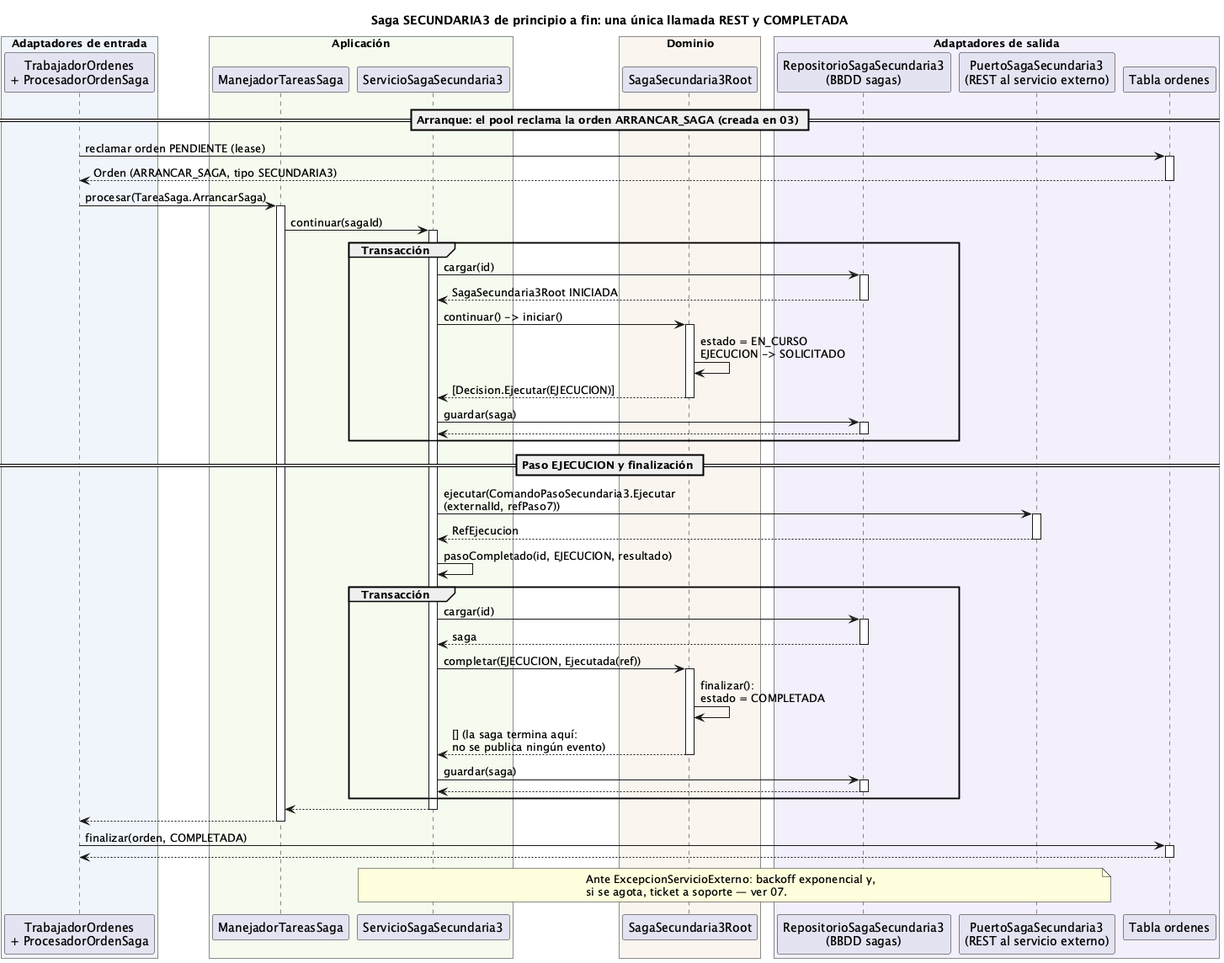
This is order-manager/docs/06-saga-secundaria3.png from ralcazar/patrones, a PlantUML export, as it was before one commit. Source of this version:
```plantuml
@startuml 06-saga-secundaria3
title Saga SECUNDARIA3 de principio a fin: una única llamada REST y COMPLETADA

box "Adaptadores de entrada" #EFF5FB
  participant "TrabajadorOrdenes\n+ ProcesadorOrdenSaga" as TRAB
end box
box "Aplicación" #F5FBEF
  participant "ManejadorTareasSaga" as MANEJ
  participant "ServicioSagaSecundaria3" as SSEC
end box
box "Dominio" #FBF5EF
  participant "SagaSecundaria3Root" as SAGA
end box
box "Adaptadores de salida" #F3EFFB
  participant "RepositorioSagaSecundaria3\n(BBDD sagas)" as REPOS
  participant "PuertoSagaSecundaria3\n(REST al servicio externo)" as PSIM
  participant "Tabla ordenes" as ORD
end box

== Arranque: el pool reclama la orden ARRANCAR_SAGA (creada en 03) ==
TRAB -> ORD ++ : reclamar orden PENDIENTE (lease)
return Orden (ARRANCAR_SAGA, tipo SECUNDARIA3)
TRAB -> MANEJ ++ : procesar(TareaSaga.ArrancarSaga)
MANEJ -> SSEC ++ : continuar(sagaId)
group Transacción
  SSEC -> REPOS ++ : cargar(id)
  return SagaSecundaria3Root INICIADA
  SSEC -> SAGA ++ : continuar() -> iniciar()
  SAGA -> SAGA : estado = EN_CURSO\nEJECUCION -> SOLICITADO
  return [Decision.Ejecutar(EJECUCION)]
  SSEC -> REPOS ++ : guardar(saga)
  return
end

== Paso EJECUCION y finalización ==
SSEC -> PSIM ++ : ejecutar(ComandoPasoSecundaria3.Ejecutar\n(externalId, refPaso7))
return RefEjecucion
SSEC -> SSEC : pasoCompletado(id, EJECUCION, resultado)
group Transacción
  SSEC -> REPOS ++ : cargar(id)
  return saga
  SSEC -> SAGA ++ : completar(EJECUCION, Ejecutada(ref))
  SAGA -> SAGA : finalizar():\nestado = COMPLETADA
  return [] (la saga termina aquí:\nno se publica ningún evento)
  SSEC -> REPOS ++ : guardar(saga)
  return
end
return
return
TRAB -> ORD ++ : finalizar(orden, COMPLETADA)
return

note over SSEC, PSIM
  Ante ExcepcionServicioExterno: backoff exponencial y,
  si se agota, ticket a soporte — ver 07.
end note
@enduml
```
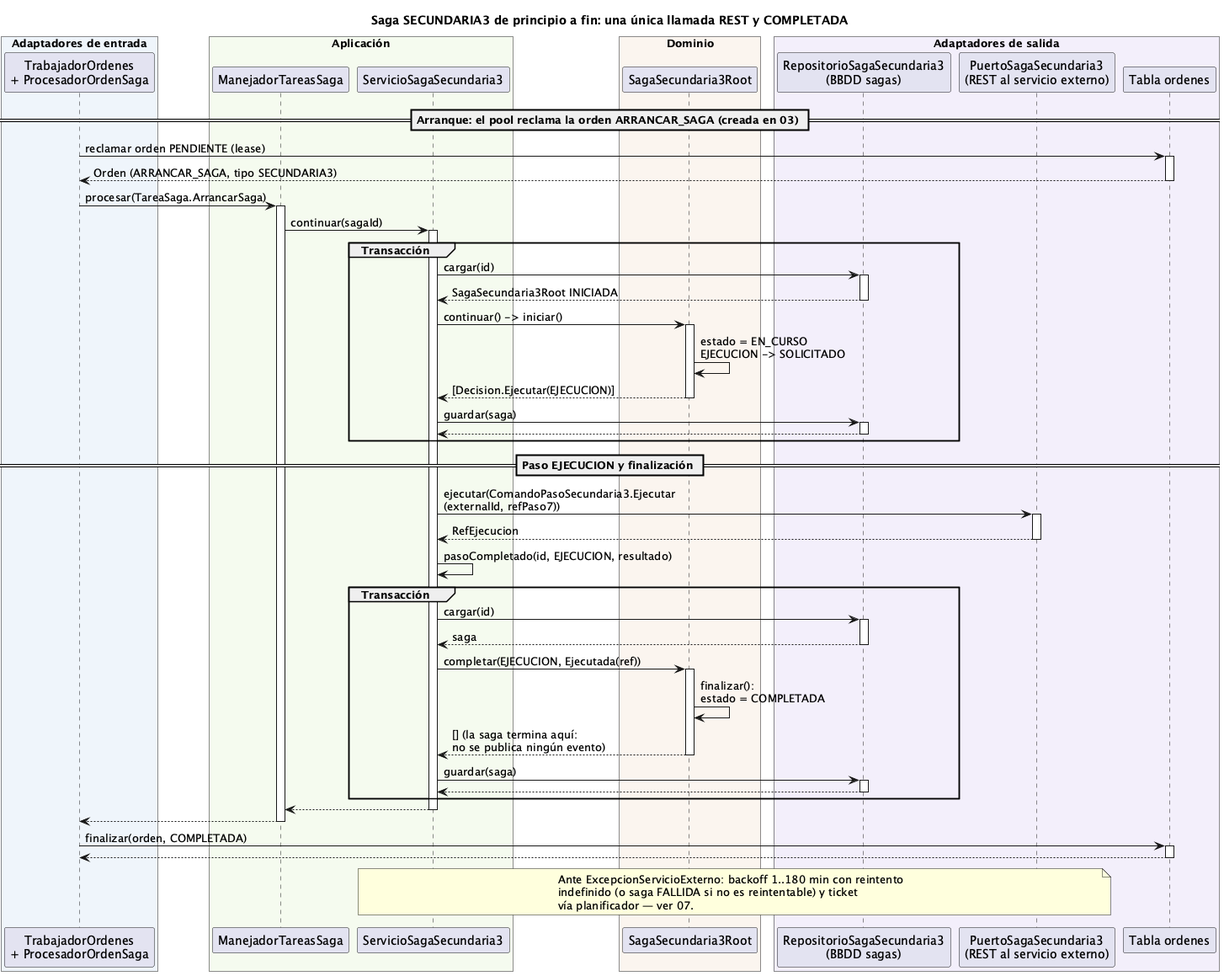
Later version of the same file.

The edit, as a diff of the source:
```diff
@@ -51,7 +51,8 @@
 return
 
 note over SSEC, PSIM
-  Ante ExcepcionServicioExterno: backoff exponencial y,
-  si se agota, ticket a soporte — ver 07.
+  Ante ExcepcionServicioExterno: backoff 1..180 min con reintento
+  indefinido (o saga FALLIDA si no es reintentable) y ticket
+  vía planificador — ver 07.
 end note
 @enduml
```
